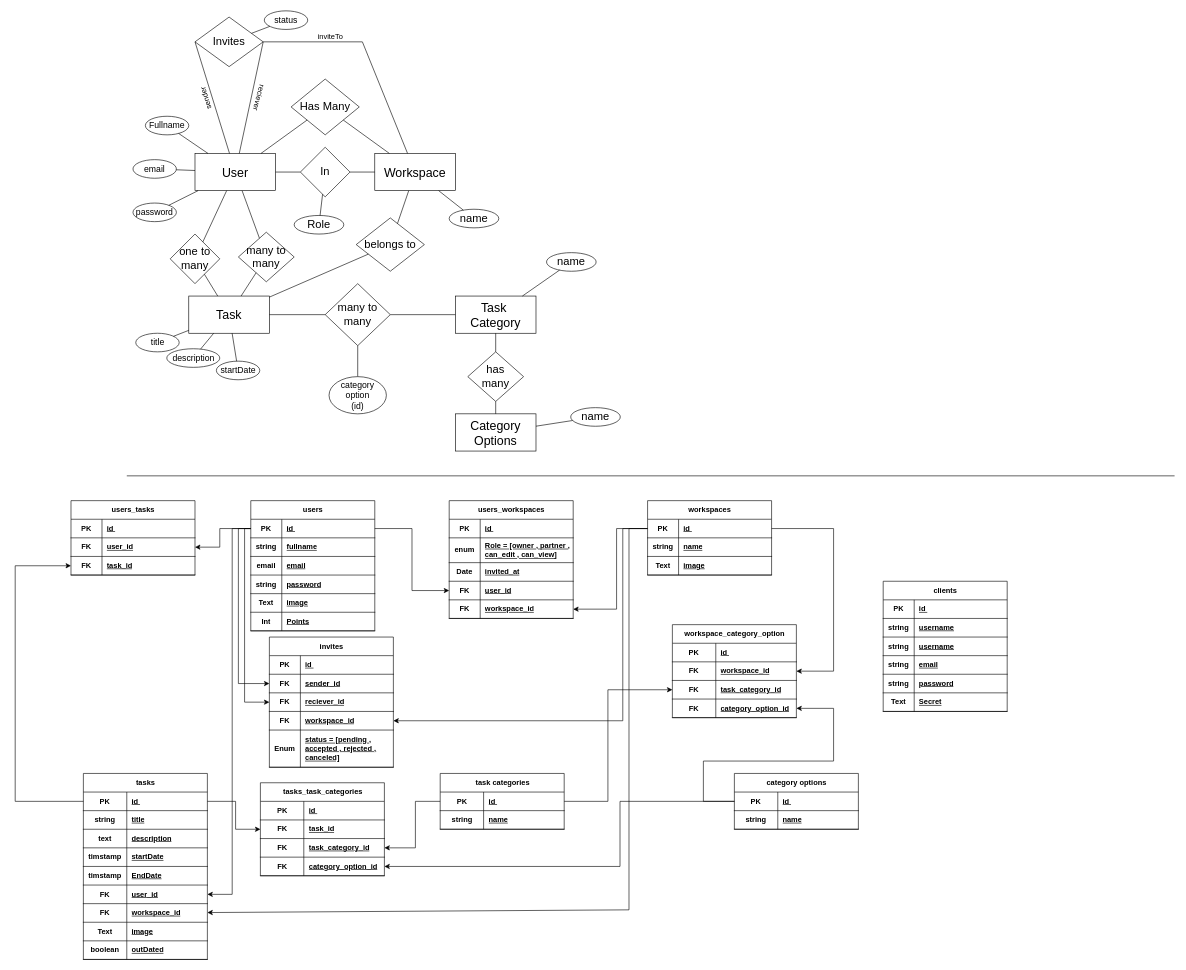
Before: Back_End/src/diagrams/TaskCraft-v5.drawio in MajdAlkatan/TaskCraft, a draw.io diagram. Source tidied: cells renumbered, new cells numbered last; positions are measured from the earlier drawing's top-left corner, leaving out a move shared by most shapes. Both pictures are drawn from the tidied source at 62%, with x=0, y=0 at pixel (15, 11).
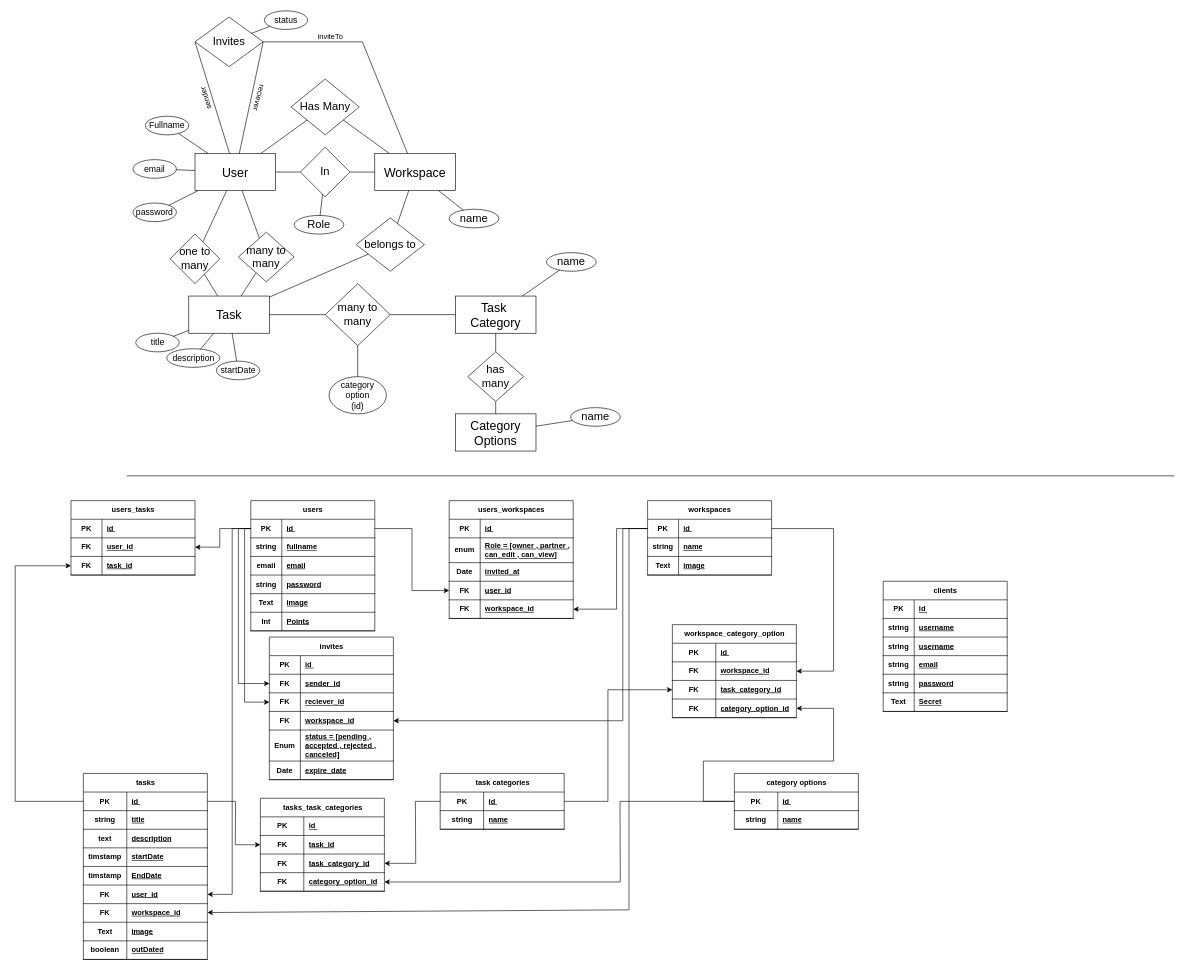
The same diagram, later.

Commit message (it also covers changes not shown here):
Added expire_date field to the Invite model without functionality yet

The change refers to these unchanged cells:
```xml
<mxCell id="75" style="shape=tableRow;horizontal=0;startSize=0;swimlaneHead=0;swimlaneBody=0;fillColor=none;points=[[0,0.5],[1,0.5]];portConstraint=eastwest;top=0;left=0;right=0;bottom=1;" parent="74" vertex="1">
  <mxGeometry y="30" width="200" height="30" as="geometry" />
</mxCell>
<mxCell id="103" style="shape=tableRow;horizontal=0;startSize=0;swimlaneHead=0;swimlaneBody=0;fillColor=none;points=[[0,0.5],[1,0.5]];portConstraint=eastwest;top=0;left=0;right=0;bottom=1;" parent="102" vertex="1">
  <mxGeometry y="30" width="200" height="30" as="geometry" />
</mxCell>
<mxCell id="110" style="shape=tableRow;horizontal=0;startSize=0;swimlaneHead=0;swimlaneBody=0;fillColor=none;points=[[0,0.5],[1,0.5]];portConstraint=eastwest;top=0;left=0;right=0;bottom=1;" parent="109" vertex="1">
  <mxGeometry y="30" width="200" height="30" as="geometry" />
</mxCell>
<mxCell id="138" style="shape=tableRow;horizontal=0;startSize=0;swimlaneHead=0;swimlaneBody=0;fillColor=none;points=[[0,0.5],[1,0.5]];portConstraint=eastwest;top=0;left=0;right=0;bottom=1;" parent="134" vertex="1">
  <mxGeometry y="60" width="200" height="30" as="geometry" />
</mxCell>
<mxCell id="141" style="shape=tableRow;horizontal=0;startSize=0;swimlaneHead=0;swimlaneBody=0;fillColor=none;points=[[0,0.5],[1,0.5]];portConstraint=eastwest;top=0;left=0;right=0;bottom=1;" parent="134" vertex="1">
  <mxGeometry y="90" width="200" height="30" as="geometry" />
</mxCell>
<mxCell id="144" style="shape=tableRow;horizontal=0;startSize=0;swimlaneHead=0;swimlaneBody=0;fillColor=none;points=[[0,0.5],[1,0.5]];portConstraint=eastwest;top=0;left=0;right=0;bottom=1;" parent="134" vertex="1">
  <mxGeometry y="120" width="200" height="30" as="geometry" />
</mxCell>
```

Diff of the diagram source:
```diff
@@
     <mxCell id="134" value="tasks_task_categories" style="shape=table;startSize=30;childLayout=tableLayout;rowLines=0;fontStyle=1;align=center;html=1;" parent="1" vertex="1">
-      <mxGeometry x="395.5" y="1245" width="200" height="150" as="geometry" />
+      <mxGeometry x="395.5" y="1270" width="200" height="150" as="geometry" />
     </mxCell>
@@
     <mxCell id="147" style="endArrow=classic;html=1;rounded=0;" parent="1" edge="1" source="75" target="138">
       <mxGeometry relative="1" as="geometry">
         <Array as="points">
           <mxPoint x="355.5" y="1275" />
-          <mxPoint x="355.5" y="1320" />
+          <mxPoint x="355" y="1345" />
         </Array>
       </mxGeometry>
     </mxCell>
     <mxCell id="148" style="endArrow=classic;html=1;rounded=0;" parent="1" edge="1" source="103" target="141">
       <mxGeometry relative="1" as="geometry">
         <Array as="points">
           <mxPoint x="645.5" y="1275" />
-          <mxPoint x="645.5" y="1350" />
+          <mxPoint x="646" y="1375" />
         </Array>
       </mxGeometry>
     </mxCell>
     <mxCell id="149" style="endArrow=classic;html=1;rounded=0;" parent="1" edge="1" source="110" target="144">
       <mxGeometry relative="1" as="geometry">
         <Array as="points">
           <mxPoint x="975.5" y="1275" />
-          <mxPoint x="975.5" y="1380" />
+          <mxPoint x="976" y="1405" />
         </Array>
       </mxGeometry>
     </mxCell>
@@
     <mxCell id="170" value="invites" style="shape=table;startSize=30;childLayout=tableLayout;rowLines=0;fontStyle=1;align=center;html=1;" parent="1" vertex="1">
-      <mxGeometry x="410" y="1010" width="200" height="210" as="geometry" />
+      <mxGeometry x="410" y="1010" width="200" height="230" as="geometry" />
     </mxCell>
@@
     <mxCell id="183" style="shape=tableRow;horizontal=0;startSize=0;swimlaneHead=0;swimlaneBody=0;fillColor=none;top=0;left=0;right=0;bottom=1;" parent="170" vertex="1">
-      <mxGeometry y="150" width="200" height="60" as="geometry" />
+      <mxGeometry y="150" width="200" height="50" as="geometry" />
     </mxCell>
     <mxCell id="184" value="Enum" style="shape=partialRectangle;fillColor=none;top=0;left=0;bottom=0;right=0;fontStyle=1;overflow=hidden;whiteSpace=wrap;html=1;" parent="183" vertex="1">
-      <mxGeometry width="50" height="60" as="geometry" />
+      <mxGeometry width="50" height="50" as="geometry" />
     </mxCell>
     <mxCell id="185" value="status = [pending , accepted , rejected , canceled]" style="shape=partialRectangle;fillColor=none;top=0;left=0;bottom=0;right=0;align=left;spacingLeft=6;fontStyle=5;overflow=hidden;whiteSpace=wrap;html=1;" parent="183" vertex="1">
-      <mxGeometry x="50" width="150" height="60" as="geometry" />
+      <mxGeometry x="50" width="150" height="50" as="geometry" />
     </mxCell>
+    <mxCell id="233" style="shape=tableRow;horizontal=0;startSize=0;swimlaneHead=0;swimlaneBody=0;fillColor=none;top=0;left=0;right=0;bottom=1;" parent="170" vertex="1">
+      <mxGeometry y="200" width="200" height="30" as="geometry" />
+    </mxCell>
+    <mxCell id="234" value="Date" style="shape=partialRectangle;fillColor=none;top=0;left=0;bottom=0;right=0;fontStyle=1;overflow=hidden;whiteSpace=wrap;html=1;" parent="233" vertex="1">
+      <mxGeometry width="50" height="30" as="geometry" />
+    </mxCell>
+    <mxCell id="235" value="expire_date" style="shape=partialRectangle;fillColor=none;top=0;left=0;bottom=0;right=0;align=left;spacingLeft=6;fontStyle=5;overflow=hidden;whiteSpace=wrap;html=1;" parent="233" vertex="1">
+      <mxGeometry x="50" width="150" height="30" as="geometry" />
+    </mxCell>
```
